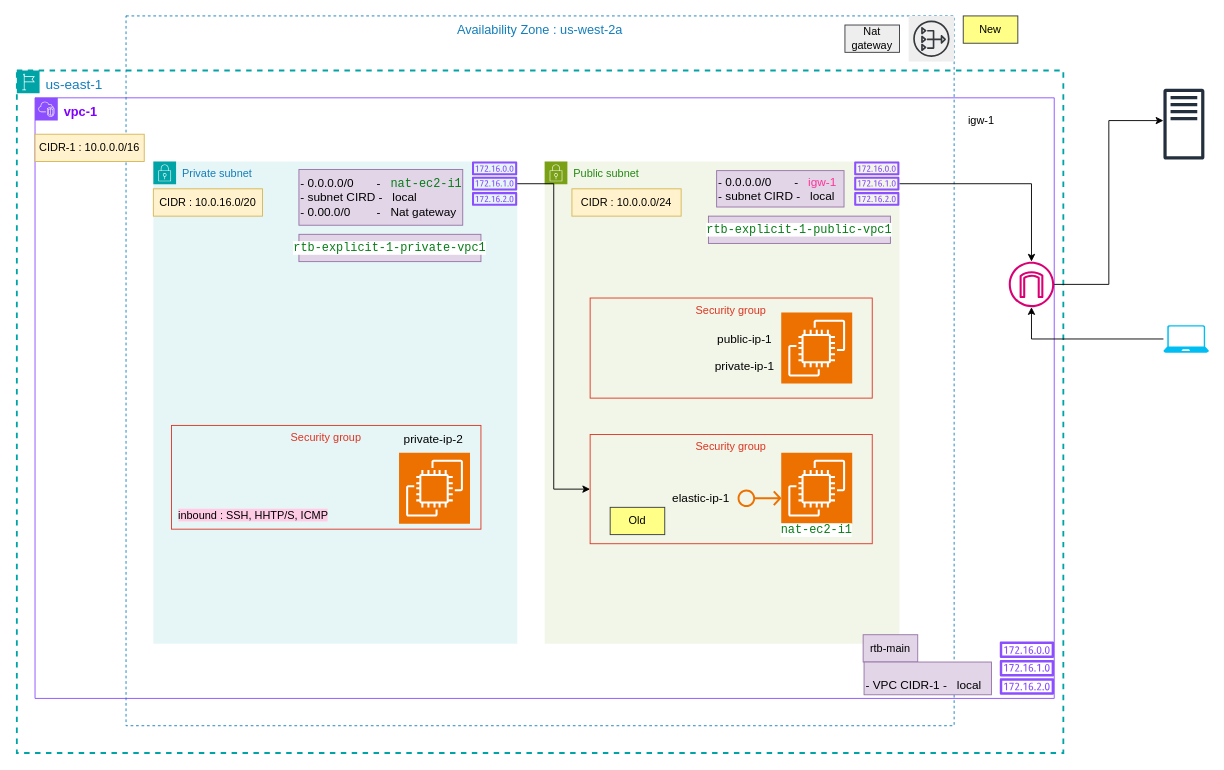
The draw.io diagram aws/VPC-1.drawio in lekhrajdinkar/02-spring, before the edit. Source tidied: cells renumbered, new cells numbered last; positions are measured from the earlier drawing's top-left corner, leaving out a move shared by most shapes. Both pictures are drawn from the tidied source at 91%, with x=0, y=0 at pixel (16, 15).
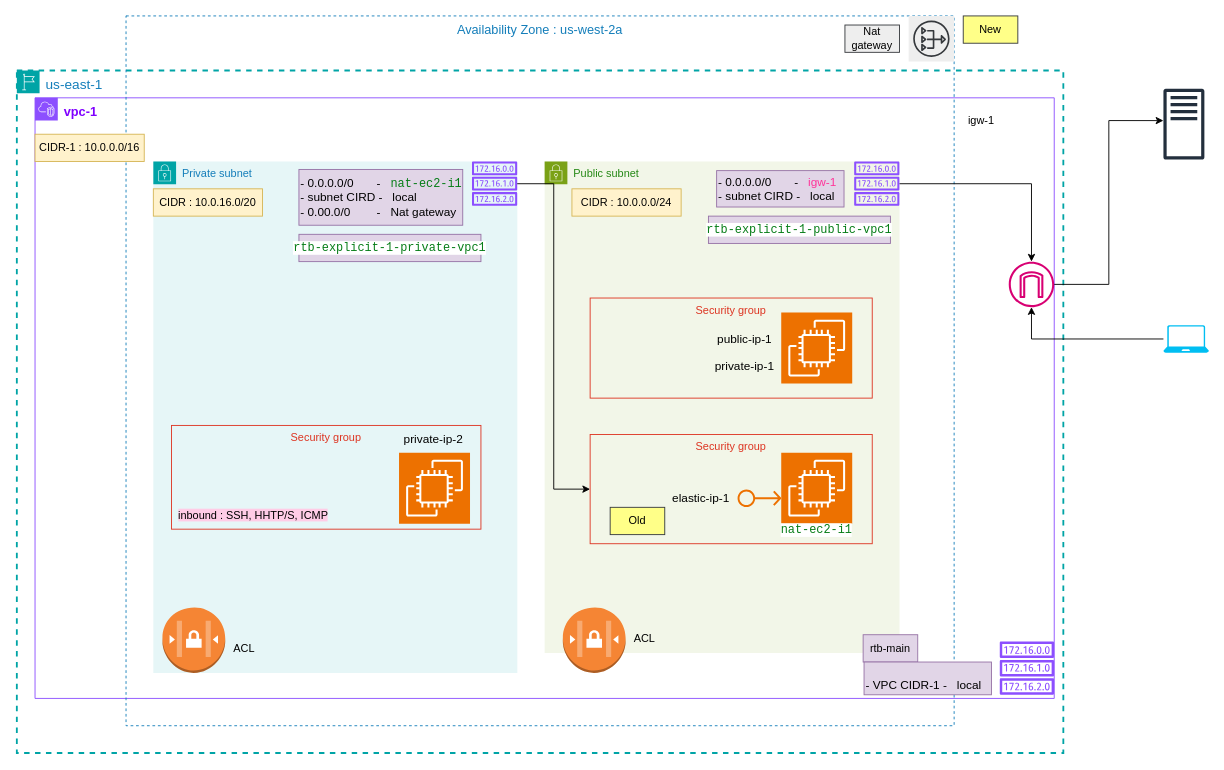
The same page after the edit.

The change refers to these unchanged cells:
```xml
<mxCell id="3" value="&lt;font style=&quot;font-size: 15px;&quot;&gt;us-east-1&amp;nbsp;&lt;/font&gt;" style="gradientColor=none;html=1;whiteSpace=wrap;fontSize=12;fontStyle=0;shape=mxgraph.aws4.group;grIcon=mxgraph.aws4.group_region;strokeColor=#00A4A6;fillColor=none;verticalAlign=top;align=left;spacingLeft=30;fontColor=#147EBA;dashed=1;strokeWidth=2;" parent="1" vertex="1">
  <mxGeometry y="60" width="1150" height="750" as="geometry" />
</mxCell>
```

The edit, as a diff of the source:
```diff
@@
     <mxCell id="5" value="Private subnet" style="gradientColor=none;html=1;whiteSpace=wrap;fontSize=12;fontStyle=0;shape=mxgraph.aws4.group;grIcon=mxgraph.aws4.group_security_group;grStroke=0;strokeColor=#00A4A6;fillColor=#E6F6F7;verticalAlign=top;align=left;spacingLeft=30;fontColor=#147EBA;dashed=0;" parent="3" vertex="1">
-      <mxGeometry x="150" y="100" width="400" height="530" as="geometry" />
+      <mxGeometry x="150" y="100" width="400" height="562" as="geometry" />
     </mxCell>
@@
+    <mxCell id="44" style="dashed=0;verticalLabelPosition=bottom;verticalAlign=top;align=center;html=1;shape=mxgraph.aws3.network_access_controllist;fillColor=#F58534;gradientColor=none;" parent="5" vertex="1">
+      <mxGeometry x="10" y="490" width="69" height="72" as="geometry" />
+    </mxCell>
+    <mxCell id="45" value="ACL" style="text;html=1;align=center;verticalAlign=middle;whiteSpace=wrap;rounded=0;" parent="5" vertex="1">
+      <mxGeometry x="70" y="520" width="60" height="30" as="geometry" />
+    </mxCell>
     <mxCell id="9" value="Public subnet" style="gradientColor=none;html=1;whiteSpace=wrap;fontSize=12;fontStyle=0;shape=mxgraph.aws4.group;grIcon=mxgraph.aws4.group_security_group;grStroke=0;strokeColor=#7AA116;fillColor=#F2F6E8;verticalAlign=top;align=left;spacingLeft=30;fontColor=#248814;dashed=0;" parent="3" vertex="1">
-      <mxGeometry x="580" y="100" width="390" height="530" as="geometry" />
+      <mxGeometry x="580" y="100" width="390" height="540" as="geometry" />
     </mxCell>
@@
+    <mxCell id="46" value="ACL" style="text;html=1;align=center;verticalAlign=middle;whiteSpace=wrap;rounded=0;" parent="9" vertex="1">
+      <mxGeometry x="80" y="510" width="60" height="30" as="geometry" />
+    </mxCell>
@@
+    <mxCell id="47" style="dashed=0;verticalLabelPosition=bottom;verticalAlign=top;align=center;html=1;shape=mxgraph.aws3.network_access_controllist;fillColor=#F58534;gradientColor=none;" parent="3" vertex="1">
+      <mxGeometry x="600" y="590" width="69" height="72" as="geometry" />
+    </mxCell>
```
